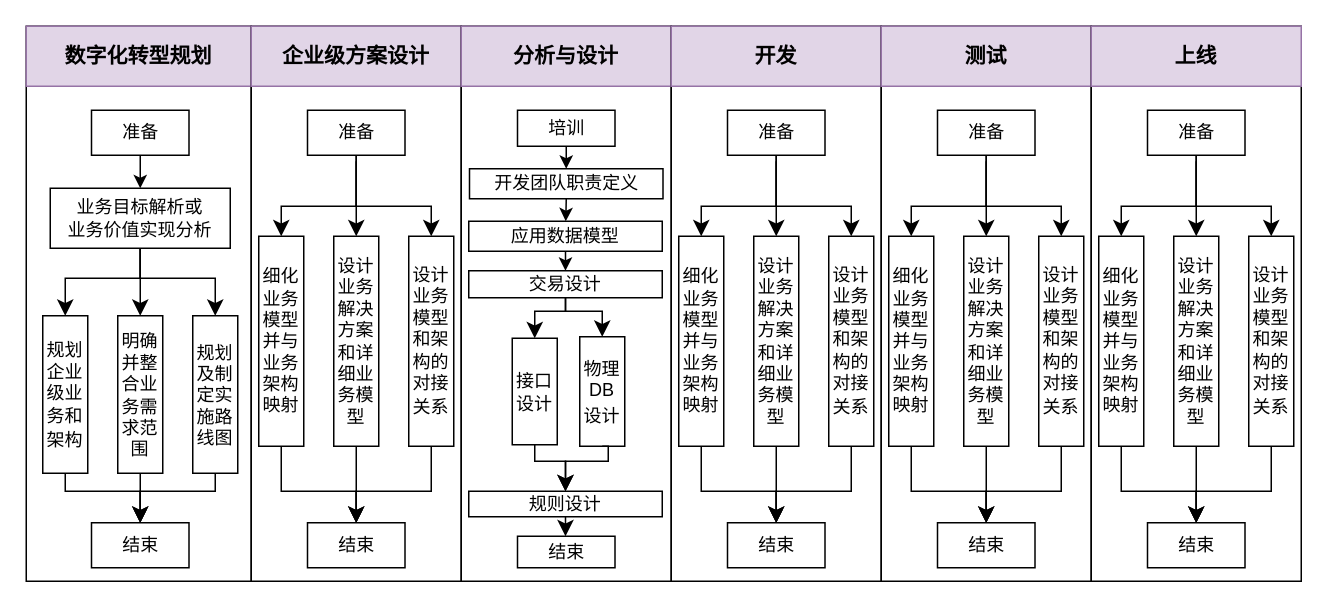
Above: 未命名绘图.drawio in QQQQQAQQQQQ/gitskills (draw.io), before the change. Source tidied: cells renumbered, new cells numbered last; positions are measured from the earlier drawing's top-left corner, leaving out a move shared by most shapes. Both pictures are drawn from the tidied source at 150%, with x=0, y=0 at pixel (26, 26).
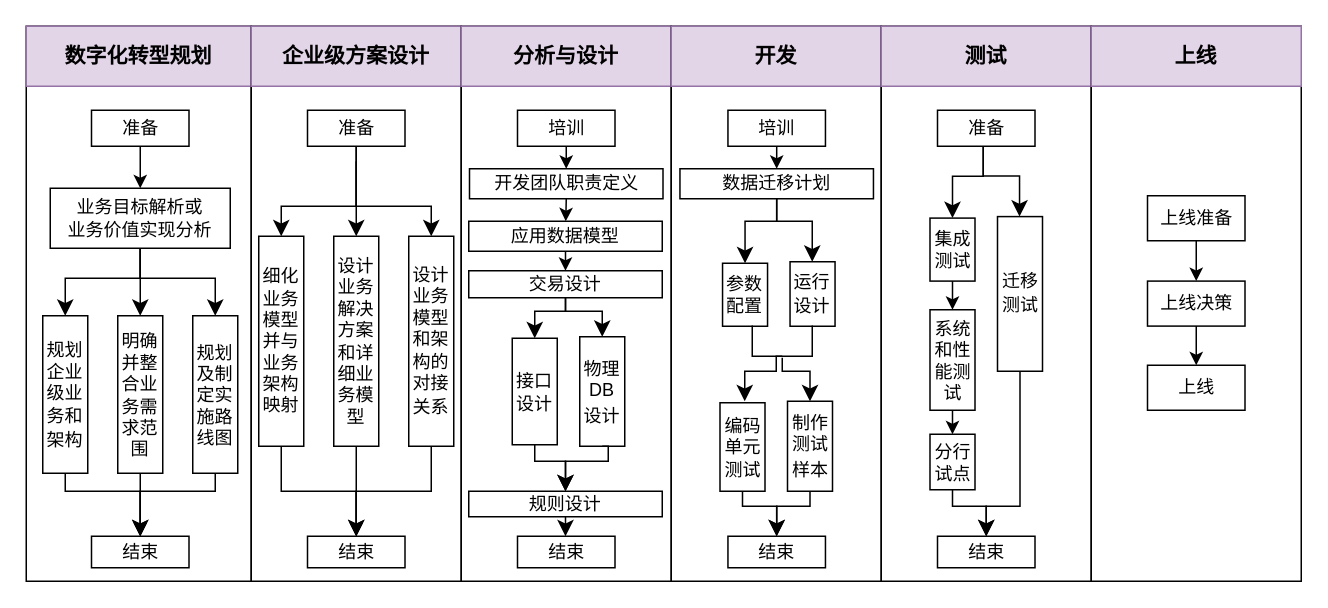
The same page after the edit.

Commit message (it also covers changes not shown here):
更新未命名绘图.drawio

What changed in the source:
```diff
@@
     <mxCell id="11" value="准备" style="rounded=0;whiteSpace=wrap;html=1;" parent="1" vertex="1">
-      <mxGeometry x="43.5" y="56" width="65" height="30" as="geometry" />
+      <mxGeometry x="43.5" y="56" width="65" height="24" as="geometry" />
     </mxCell>
     <mxCell id="12" value="结束" style="rounded=0;whiteSpace=wrap;html=1;" parent="1" vertex="1">
-      <mxGeometry x="43.5" y="331" width="65" height="30" as="geometry" />
+      <mxGeometry x="43.5" y="340" width="65" height="21" as="geometry" />
     </mxCell>
@@
     <mxCell id="25" value="准备" style="rounded=0;whiteSpace=wrap;html=1;" parent="1" vertex="1">
-      <mxGeometry x="187.5" y="56" width="65" height="30" as="geometry" />
+      <mxGeometry x="187.5" y="56" width="65" height="24" as="geometry" />
     </mxCell>
     <mxCell id="26" value="结束" style="rounded=0;whiteSpace=wrap;html=1;" parent="1" vertex="1">
-      <mxGeometry x="187.5" y="331" width="65" height="30" as="geometry" />
+      <mxGeometry x="187.5" y="340" width="65" height="21" as="geometry" />
     </mxCell>
@@
-    <mxCell id="42" value="细化业务模型并与业务架构映射" style="rounded=0;whiteSpace=wrap;html=1;" parent="1" vertex="1">
-      <mxGeometry x="435" y="140" width="30" height="140" as="geometry" />
-    </mxCell>
-    <mxCell id="43" value="设计业务解决方案和详细业务模型" style="rounded=0;whiteSpace=wrap;html=1;" parent="1" vertex="1">
-      <mxGeometry x="485" y="140" width="30" height="140" as="geometry" />
-    </mxCell>
-    <mxCell id="44" value="设计业务模型和架构的对接关系&lt;span style=&quot;font-size:10.5pt;mso-bidi-font-size:11.0pt;&lt;br/&gt;font-family:等线;mso-bidi-font-family:&amp;quot;Times New Roman&amp;quot;;mso-font-kerning:1.0pt;&lt;br/&gt;mso-ansi-language:EN-US;mso-fareast-language:ZH-CN;mso-bidi-language:AR-SA&quot;&gt;&lt;/span&gt;" style="rounded=0;whiteSpace=wrap;html=1;" parent="1" vertex="1">
-      <mxGeometry x="535" y="140" width="30" height="140" as="geometry" />
-    </mxCell>
-    <mxCell id="45" style="edgeStyle=segmentEdgeStyle;endArrow=classic;html=1;curved=0;rounded=0;endSize=8;startSize=8;exitX=0.5;exitY=1;exitDx=0;exitDy=0;entryX=0.5;entryY=0;entryDx=0;entryDy=0;" parent="1" edge="1" source="48" target="42">
-      <mxGeometry relative="1" as="geometry">
-        <Array as="points">
-          <mxPoint x="500" y="120" />
-          <mxPoint x="450" y="120" />
-        </Array>
-      </mxGeometry>
-    </mxCell>
-    <mxCell id="46" style="edgeStyle=segmentEdgeStyle;endArrow=classic;html=1;curved=0;rounded=0;endSize=8;startSize=8;exitX=0.5;exitY=1;exitDx=0;exitDy=0;entryX=0.5;entryY=0;entryDx=0;entryDy=0;" parent="1" edge="1" source="48" target="44">
-      <mxGeometry relative="1" as="geometry">
-        <Array as="points">
-          <mxPoint x="500" y="120" />
-          <mxPoint x="550" y="120" />
-        </Array>
-      </mxGeometry>
-    </mxCell>
-    <mxCell id="47" style="edgeStyle=segmentEdgeStyle;endArrow=classic;html=1;curved=0;rounded=0;endSize=8;startSize=8;entryX=0.5;entryY=0;entryDx=0;entryDy=0;" parent="1" edge="1" target="43">
-      <mxGeometry relative="1" as="geometry">
-        <mxPoint x="500" y="90" as="sourcePoint" />
-      </mxGeometry>
-    </mxCell>
-    <mxCell id="48" value="准备" style="rounded=0;whiteSpace=wrap;html=1;" parent="1" vertex="1">
-      <mxGeometry x="467.5" y="56" width="65" height="30" as="geometry" />
-    </mxCell>
-    <mxCell id="49" value="结束" style="rounded=0;whiteSpace=wrap;html=1;" parent="1" vertex="1">
-      <mxGeometry x="467.5" y="331" width="65" height="30" as="geometry" />
-    </mxCell>
-    <mxCell id="50" style="edgeStyle=segmentEdgeStyle;endArrow=classic;html=1;curved=0;rounded=0;endSize=8;startSize=8;exitX=0.5;exitY=1;exitDx=0;exitDy=0;" parent="1" edge="1" source="44" target="49">
-      <mxGeometry relative="1" as="geometry">
-        <Array as="points">
-          <mxPoint x="550" y="310" />
-          <mxPoint x="500" y="310" />
-        </Array>
-      </mxGeometry>
-    </mxCell>
-    <mxCell id="51" style="edgeStyle=segmentEdgeStyle;endArrow=classic;html=1;curved=0;rounded=0;endSize=8;startSize=8;entryX=0.5;entryY=0;entryDx=0;entryDy=0;exitX=0.5;exitY=1;exitDx=0;exitDy=0;" parent="1" edge="1" source="42" target="49">
-      <mxGeometry relative="1" as="geometry">
-        <Array as="points">
-          <mxPoint x="450" y="310" />
-          <mxPoint x="500" y="310" />
-        </Array>
-      </mxGeometry>
-    </mxCell>
-    <mxCell id="52" style="endArrow=classic;html=1;rounded=0;exitX=0.5;exitY=1;exitDx=0;exitDy=0;entryX=0.5;entryY=0;entryDx=0;entryDy=0;" parent="1" edge="1" source="43" target="49">
-      <mxGeometry relative="1" as="geometry" />
-    </mxCell>
@@
-    <mxCell id="55" value="细化业务模型并与业务架构映射" style="rounded=0;whiteSpace=wrap;html=1;" parent="1" vertex="1">
-      <mxGeometry x="575" y="140" width="30" height="140" as="geometry" />
-    </mxCell>
-    <mxCell id="56" value="设计业务解决方案和详细业务模型" style="rounded=0;whiteSpace=wrap;html=1;" parent="1" vertex="1">
-      <mxGeometry x="625" y="140" width="30" height="140" as="geometry" />
-    </mxCell>
-    <mxCell id="57" value="设计业务模型和架构的对接关系&lt;span style=&quot;font-size:10.5pt;mso-bidi-font-size:11.0pt;&lt;br/&gt;font-family:等线;mso-bidi-font-family:&amp;quot;Times New Roman&amp;quot;;mso-font-kerning:1.0pt;&lt;br/&gt;mso-ansi-language:EN-US;mso-fareast-language:ZH-CN;mso-bidi-language:AR-SA&quot;&gt;&lt;/span&gt;" style="rounded=0;whiteSpace=wrap;html=1;" parent="1" vertex="1">
-      <mxGeometry x="675" y="140" width="30" height="140" as="geometry" />
-    </mxCell>
-    <mxCell id="58" style="edgeStyle=segmentEdgeStyle;endArrow=classic;html=1;curved=0;rounded=0;endSize=8;startSize=8;exitX=0.5;exitY=1;exitDx=0;exitDy=0;entryX=0.5;entryY=0;entryDx=0;entryDy=0;" parent="1" edge="1" source="61" target="55">
-      <mxGeometry relative="1" as="geometry">
-        <Array as="points">
-          <mxPoint x="640" y="120" />
-          <mxPoint x="590" y="120" />
-        </Array>
-      </mxGeometry>
-    </mxCell>
-    <mxCell id="59" style="edgeStyle=segmentEdgeStyle;endArrow=classic;html=1;curved=0;rounded=0;endSize=8;startSize=8;exitX=0.5;exitY=1;exitDx=0;exitDy=0;entryX=0.5;entryY=0;entryDx=0;entryDy=0;" parent="1" edge="1" source="61" target="57">
-      <mxGeometry relative="1" as="geometry">
-        <Array as="points">
-          <mxPoint x="640" y="120" />
-          <mxPoint x="690" y="120" />
-        </Array>
-      </mxGeometry>
-    </mxCell>
-    <mxCell id="60" style="edgeStyle=segmentEdgeStyle;endArrow=classic;html=1;curved=0;rounded=0;endSize=8;startSize=8;entryX=0.5;entryY=0;entryDx=0;entryDy=0;" parent="1" edge="1" target="56">
-      <mxGeometry relative="1" as="geometry">
-        <mxPoint x="640" y="90" as="sourcePoint" />
-      </mxGeometry>
-    </mxCell>
     <mxCell id="61" value="准备" style="rounded=0;whiteSpace=wrap;html=1;" parent="1" vertex="1">
-      <mxGeometry x="607.5" y="56" width="65" height="30" as="geometry" />
+      <mxGeometry x="607.5" y="56" width="65" height="24" as="geometry" />
     </mxCell>
     <mxCell id="62" value="结束" style="rounded=0;whiteSpace=wrap;html=1;" parent="1" vertex="1">
-      <mxGeometry x="607.5" y="331" width="65" height="30" as="geometry" />
+      <mxGeometry x="607.5" y="340" width="65" height="21" as="geometry" />
     </mxCell>
-    <mxCell id="63" style="edgeStyle=segmentEdgeStyle;endArrow=classic;html=1;curved=0;rounded=0;endSize=8;startSize=8;exitX=0.5;exitY=1;exitDx=0;exitDy=0;" parent="1" edge="1" source="57" target="62">
-      <mxGeometry relative="1" as="geometry">
-        <Array as="points">
-          <mxPoint x="690" y="310" />
-          <mxPoint x="640" y="310" />
-        </Array>
-      </mxGeometry>
-    </mxCell>
-    <mxCell id="64" style="edgeStyle=segmentEdgeStyle;endArrow=classic;html=1;curved=0;rounded=0;endSize=8;startSize=8;entryX=0.5;entryY=0;entryDx=0;entryDy=0;exitX=0.5;exitY=1;exitDx=0;exitDy=0;" parent="1" edge="1" source="55" target="62">
-      <mxGeometry relative="1" as="geometry">
-        <Array as="points">
-          <mxPoint x="590" y="310" />
-          <mxPoint x="640" y="310" />
-        </Array>
-      </mxGeometry>
-    </mxCell>
-    <mxCell id="65" style="endArrow=classic;html=1;rounded=0;exitX=0.5;exitY=1;exitDx=0;exitDy=0;entryX=0.5;entryY=0;entryDx=0;entryDy=0;" parent="1" edge="1" source="56" target="62">
-      <mxGeometry relative="1" as="geometry" />
-    </mxCell>
@@
-    <mxCell id="68" value="细化业务模型并与业务架构映射" style="rounded=0;whiteSpace=wrap;html=1;" parent="1" vertex="1">
-      <mxGeometry x="715" y="140" width="30" height="140" as="geometry" />
-    </mxCell>
-    <mxCell id="69" value="设计业务解决方案和详细业务模型" style="rounded=0;whiteSpace=wrap;html=1;" parent="1" vertex="1">
-      <mxGeometry x="765" y="140" width="30" height="140" as="geometry" />
-    </mxCell>
-    <mxCell id="70" value="设计业务模型和架构的对接关系&lt;span style=&quot;font-size:10.5pt;mso-bidi-font-size:11.0pt;&lt;br/&gt;font-family:等线;mso-bidi-font-family:&amp;quot;Times New Roman&amp;quot;;mso-font-kerning:1.0pt;&lt;br/&gt;mso-ansi-language:EN-US;mso-fareast-language:ZH-CN;mso-bidi-language:AR-SA&quot;&gt;&lt;/span&gt;" style="rounded=0;whiteSpace=wrap;html=1;" parent="1" vertex="1">
-      <mxGeometry x="815" y="140" width="30" height="140" as="geometry" />
-    </mxCell>
-    <mxCell id="71" style="edgeStyle=segmentEdgeStyle;endArrow=classic;html=1;curved=0;rounded=0;endSize=8;startSize=8;exitX=0.5;exitY=1;exitDx=0;exitDy=0;entryX=0.5;entryY=0;entryDx=0;entryDy=0;" parent="1" edge="1" source="74" target="68">
-      <mxGeometry relative="1" as="geometry">
-        <Array as="points">
-          <mxPoint x="780" y="120" />
-          <mxPoint x="730" y="120" />
-        </Array>
-      </mxGeometry>
-    </mxCell>
-    <mxCell id="72" style="edgeStyle=segmentEdgeStyle;endArrow=classic;html=1;curved=0;rounded=0;endSize=8;startSize=8;exitX=0.5;exitY=1;exitDx=0;exitDy=0;entryX=0.5;entryY=0;entryDx=0;entryDy=0;" parent="1" edge="1" source="74" target="70">
-      <mxGeometry relative="1" as="geometry">
-        <Array as="points">
-          <mxPoint x="780" y="120" />
-          <mxPoint x="830" y="120" />
-        </Array>
-      </mxGeometry>
-    </mxCell>
-    <mxCell id="73" style="edgeStyle=segmentEdgeStyle;endArrow=classic;html=1;curved=0;rounded=0;endSize=8;startSize=8;entryX=0.5;entryY=0;entryDx=0;entryDy=0;" parent="1" edge="1" target="69">
-      <mxGeometry relative="1" as="geometry">
-        <mxPoint x="780" y="90" as="sourcePoint" />
-      </mxGeometry>
-    </mxCell>
-    <mxCell id="74" value="准备" style="rounded=0;whiteSpace=wrap;html=1;" parent="1" vertex="1">
-      <mxGeometry x="747.5" y="56" width="65" height="30" as="geometry" />
+    <mxCell id="74" value="上线准备" style="rounded=0;whiteSpace=wrap;html=1;" parent="1" vertex="1">
+      <mxGeometry x="747.5" y="113" width="65" height="30" as="geometry" />
     </mxCell>
-    <mxCell id="75" value="结束" style="rounded=0;whiteSpace=wrap;html=1;" parent="1" vertex="1">
-      <mxGeometry x="747.5" y="331" width="65" height="30" as="geometry" />
+    <mxCell id="75" value="上线" style="rounded=0;whiteSpace=wrap;html=1;" parent="1" vertex="1">
+      <mxGeometry x="747.5" y="226" width="65" height="30" as="geometry" />
     </mxCell>
-    <mxCell id="76" style="edgeStyle=segmentEdgeStyle;endArrow=classic;html=1;curved=0;rounded=0;endSize=8;startSize=8;exitX=0.5;exitY=1;exitDx=0;exitDy=0;" parent="1" edge="1" source="70" target="75">
-      <mxGeometry relative="1" as="geometry">
-        <Array as="points">
-          <mxPoint x="830" y="310" />
-          <mxPoint x="780" y="310" />
-        </Array>
-      </mxGeometry>
-    </mxCell>
-    <mxCell id="77" style="edgeStyle=segmentEdgeStyle;endArrow=classic;html=1;curved=0;rounded=0;endSize=8;startSize=8;entryX=0.5;entryY=0;entryDx=0;entryDy=0;exitX=0.5;exitY=1;exitDx=0;exitDy=0;" parent="1" edge="1" source="68" target="75">
-      <mxGeometry relative="1" as="geometry">
-        <Array as="points">
-          <mxPoint x="730" y="310" />
-          <mxPoint x="780" y="310" />
-        </Array>
-      </mxGeometry>
-    </mxCell>
-    <mxCell id="78" style="endArrow=classic;html=1;rounded=0;exitX=0.5;exitY=1;exitDx=0;exitDy=0;entryX=0.5;entryY=0;entryDx=0;entryDy=0;" parent="1" edge="1" source="69" target="75">
-      <mxGeometry relative="1" as="geometry" />
-    </mxCell>
@@
+    <mxCell id="87" value="参数配置" style="rounded=0;whiteSpace=wrap;html=1;" parent="1" vertex="1">
+      <mxGeometry x="464.2" y="158" width="30" height="42" as="geometry" />
+    </mxCell>
+    <mxCell id="88" value="运行设计&lt;span style=&quot;font-size:10.5pt;mso-bidi-font-size:11.0pt;&lt;br/&gt;font-family:等线;mso-bidi-font-family:&amp;quot;Times New Roman&amp;quot;;mso-font-kerning:1.0pt;&lt;br/&gt;mso-ansi-language:EN-US;mso-fareast-language:ZH-CN;mso-bidi-language:AR-SA&quot;&gt;&lt;/span&gt;" style="rounded=0;whiteSpace=wrap;html=1;" parent="1" vertex="1">
+      <mxGeometry x="509.2" y="157" width="30" height="43" as="geometry" />
+    </mxCell>
+    <mxCell id="89" style="edgeStyle=segmentEdgeStyle;endArrow=classic;html=1;curved=0;rounded=0;endSize=8;startSize=8;exitX=0.5;exitY=1;exitDx=0;exitDy=0;entryX=0.5;entryY=0;entryDx=0;entryDy=0;" parent="1" edge="1" source="92" target="87">
+      <mxGeometry relative="1" as="geometry">
+        <Array as="points">
+          <mxPoint x="500" y="130" />
+          <mxPoint x="479" y="130" />
+        </Array>
+      </mxGeometry>
+    </mxCell>
+    <mxCell id="90" style="edgeStyle=segmentEdgeStyle;endArrow=classic;html=1;curved=0;rounded=0;endSize=8;startSize=8;exitX=0.5;exitY=1;exitDx=0;exitDy=0;" parent="1" edge="1" source="92" target="88">
+      <mxGeometry relative="1" as="geometry">
+        <Array as="points">
+          <mxPoint x="500" y="130" />
+          <mxPoint x="524" y="130" />
+        </Array>
+      </mxGeometry>
+    </mxCell>
+    <mxCell id="91" value="培训" style="rounded=0;whiteSpace=wrap;html=1;" parent="1" vertex="1">
+      <mxGeometry x="467.8" y="56" width="65" height="24" as="geometry" />
+    </mxCell>
+    <mxCell id="49" value="结束" style="rounded=0;whiteSpace=wrap;html=1;" parent="1" vertex="1">
+      <mxGeometry x="467.8" y="340" width="65" height="21" as="geometry" />
+    </mxCell>
+    <mxCell id="92" value="数据迁移计划" style="rounded=0;whiteSpace=wrap;html=1;" parent="1" vertex="1">
+      <mxGeometry x="435.8" y="95" width="129" height="20" as="geometry" />
+    </mxCell>
+    <mxCell id="93" style="endArrow=classic;html=1;rounded=0;exitX=0.5;exitY=1;exitDx=0;exitDy=0;entryX=0.5;entryY=0;entryDx=0;entryDy=0;" parent="1" edge="1" source="91" target="92">
+      <mxGeometry relative="1" as="geometry" />
+    </mxCell>
+    <mxCell id="94" value="编码单元测试" style="rounded=0;whiteSpace=wrap;html=1;" parent="1" vertex="1">
+      <mxGeometry x="462.5" y="251" width="30" height="59" as="geometry" />
+    </mxCell>
+    <mxCell id="95" value="制作测试样本&lt;span style=&quot;font-size:10.5pt;mso-bidi-font-size:11.0pt;&lt;br/&gt;font-family:等线;mso-bidi-font-family:&amp;quot;Times New Roman&amp;quot;;mso-font-kerning:1.0pt;&lt;br/&gt;mso-ansi-language:EN-US;mso-fareast-language:ZH-CN;mso-bidi-language:AR-SA&quot;&gt;&lt;/span&gt;" style="rounded=0;whiteSpace=wrap;html=1;" parent="1" vertex="1">
+      <mxGeometry x="507.5" y="250" width="30" height="60" as="geometry" />
+    </mxCell>
+    <mxCell id="96" style="edgeStyle=segmentEdgeStyle;endArrow=classic;html=1;curved=0;rounded=0;endSize=8;startSize=8;exitX=0.5;exitY=1;exitDx=0;exitDy=0;" parent="1" edge="1" source="97">
+      <mxGeometry relative="1" as="geometry">
+        <mxPoint x="479" y="250" as="targetPoint" />
+        <Array as="points">
+          <mxPoint x="500" y="220" />
+          <mxPoint x="500" y="230" />
+          <mxPoint x="479" y="230" />
+        </Array>
+      </mxGeometry>
+    </mxCell>
+    <mxCell id="97" style="shape=partialRectangle;whiteSpace=wrap;html=1;bottom=1;right=1;left=1;top=0;fillColor=none;routingCenterX=-0.5;" parent="1" vertex="1">
+      <mxGeometry x="484" y="200" width="40" height="20" as="geometry" />
+    </mxCell>
+    <mxCell id="98" style="edgeStyle=segmentEdgeStyle;endArrow=classic;html=1;curved=0;rounded=0;endSize=8;startSize=8;entryX=0.5;entryY=0;entryDx=0;entryDy=0;" parent="1" edge="1" target="95">
+      <mxGeometry relative="1" as="geometry">
+        <mxPoint x="504" y="221" as="sourcePoint" />
+        <Array as="points">
+          <mxPoint x="504" y="230" />
+          <mxPoint x="522" y="230" />
+        </Array>
+      </mxGeometry>
+    </mxCell>
+    <mxCell id="99" style="edgeStyle=segmentEdgeStyle;endArrow=classic;html=1;curved=0;rounded=0;endSize=8;startSize=8;entryX=0.5;entryY=0;entryDx=0;entryDy=0;exitX=0.5;exitY=1;exitDx=0;exitDy=0;" parent="1" edge="1" source="94" target="49">
+      <mxGeometry relative="1" as="geometry">
+        <Array as="points">
+          <mxPoint x="478" y="320" />
+          <mxPoint x="500" y="320" />
+        </Array>
+      </mxGeometry>
+    </mxCell>
+    <mxCell id="100" style="edgeStyle=segmentEdgeStyle;endArrow=classic;html=1;curved=0;rounded=0;endSize=8;startSize=8;entryX=0.5;entryY=0;entryDx=0;entryDy=0;" parent="1" edge="1" source="95" target="49">
+      <mxGeometry relative="1" as="geometry">
+        <Array as="points">
+          <mxPoint x="522" y="320" />
+          <mxPoint x="500" y="320" />
+        </Array>
+      </mxGeometry>
+    </mxCell>
+    <mxCell id="101" value="集成测试" style="rounded=0;whiteSpace=wrap;html=1;" parent="1" vertex="1">
+      <mxGeometry x="602.5" y="127.9" width="30" height="42" as="geometry" />
+    </mxCell>
+    <mxCell id="102" value="迁移测试&lt;span style=&quot;font-size:10.5pt;mso-bidi-font-size:11.0pt;&lt;br/&gt;font-family:等线;mso-bidi-font-family:&amp;quot;Times New Roman&amp;quot;;mso-font-kerning:1.0pt;&lt;br/&gt;mso-ansi-language:EN-US;mso-fareast-language:ZH-CN;mso-bidi-language:AR-SA&quot;&gt;&lt;/span&gt;" style="rounded=0;whiteSpace=wrap;html=1;" parent="1" vertex="1">
+      <mxGeometry x="647.5" y="126.9" width="30" height="103.1" as="geometry" />
+    </mxCell>
+    <mxCell id="103" style="edgeStyle=segmentEdgeStyle;endArrow=classic;html=1;curved=0;rounded=0;endSize=8;startSize=8;entryX=0.5;entryY=0;entryDx=0;entryDy=0;" parent="1" edge="1" source="61" target="101">
+      <mxGeometry relative="1" as="geometry">
+        <Array as="points">
+          <mxPoint x="638" y="100" />
+          <mxPoint x="618" y="100" />
+        </Array>
+      </mxGeometry>
+    </mxCell>
+    <mxCell id="104" style="edgeStyle=segmentEdgeStyle;endArrow=classic;html=1;curved=0;rounded=0;endSize=8;startSize=8;" parent="1" edge="1" target="102">
+      <mxGeometry relative="1" as="geometry">
+        <mxPoint x="638" y="80" as="sourcePoint" />
+        <Array as="points">
+          <mxPoint x="638.2" y="99.9" />
+          <mxPoint x="662.2" y="99.9" />
+        </Array>
+      </mxGeometry>
+    </mxCell>
+    <mxCell id="105" value="系统和性能测试" style="rounded=0;whiteSpace=wrap;html=1;" parent="1" vertex="1">
+      <mxGeometry x="602.5" y="189" width="30" height="67" as="geometry" />
+    </mxCell>
+    <mxCell id="106" value="分行试点" style="rounded=0;whiteSpace=wrap;html=1;" parent="1" vertex="1">
+      <mxGeometry x="602.5" y="272" width="30" height="37" as="geometry" />
+    </mxCell>
+    <mxCell id="107" style="endArrow=classic;html=1;rounded=0;entryX=0.5;entryY=0;entryDx=0;entryDy=0;exitX=0.5;exitY=1;exitDx=0;exitDy=0;" parent="1" edge="1" source="101" target="105">
+      <mxGeometry relative="1" as="geometry" />
+    </mxCell>
+    <mxCell id="108" style="endArrow=classic;html=1;rounded=0;entryX=0.5;entryY=0;entryDx=0;entryDy=0;" parent="1" edge="1" source="105" target="106">
+      <mxGeometry relative="1" as="geometry" />
+    </mxCell>
+    <mxCell id="109" style="edgeStyle=segmentEdgeStyle;endArrow=classic;html=1;curved=0;rounded=0;endSize=8;startSize=8;entryX=0.5;entryY=0;entryDx=0;entryDy=0;exitX=0.5;exitY=1;exitDx=0;exitDy=0;" parent="1" edge="1" source="106" target="62">
+      <mxGeometry relative="1" as="geometry">
+        <Array as="points">
+          <mxPoint x="618" y="320" />
+          <mxPoint x="640" y="320" />
+        </Array>
+      </mxGeometry>
+    </mxCell>
+    <mxCell id="110" style="edgeStyle=segmentEdgeStyle;endArrow=classic;html=1;curved=0;rounded=0;endSize=8;startSize=8;entryX=0.5;entryY=0;entryDx=0;entryDy=0;exitX=0.5;exitY=1;exitDx=0;exitDy=0;" parent="1" edge="1" source="102" target="62">
+      <mxGeometry relative="1" as="geometry">
+        <Array as="points">
+          <mxPoint x="662" y="320" />
+          <mxPoint x="640" y="320" />
+        </Array>
+      </mxGeometry>
+    </mxCell>
+    <mxCell id="111" value="上线决策" style="rounded=0;whiteSpace=wrap;html=1;" parent="1" vertex="1">
+      <mxGeometry x="747.5" y="169.9" width="65" height="30" as="geometry" />
+    </mxCell>
+    <mxCell id="112" style="endArrow=classic;html=1;rounded=0;entryX=0.5;entryY=0;entryDx=0;entryDy=0;exitX=0.5;exitY=1;exitDx=0;exitDy=0;" parent="1" edge="1" source="74" target="111">
+      <mxGeometry relative="1" as="geometry" />
+    </mxCell>
+    <mxCell id="113" style="endArrow=classic;html=1;rounded=0;entryX=0.5;entryY=0;entryDx=0;entryDy=0;exitX=0.5;exitY=1;exitDx=0;exitDy=0;" parent="1" edge="1" source="111" target="75">
+      <mxGeometry relative="1" as="geometry" />
+    </mxCell>
```
